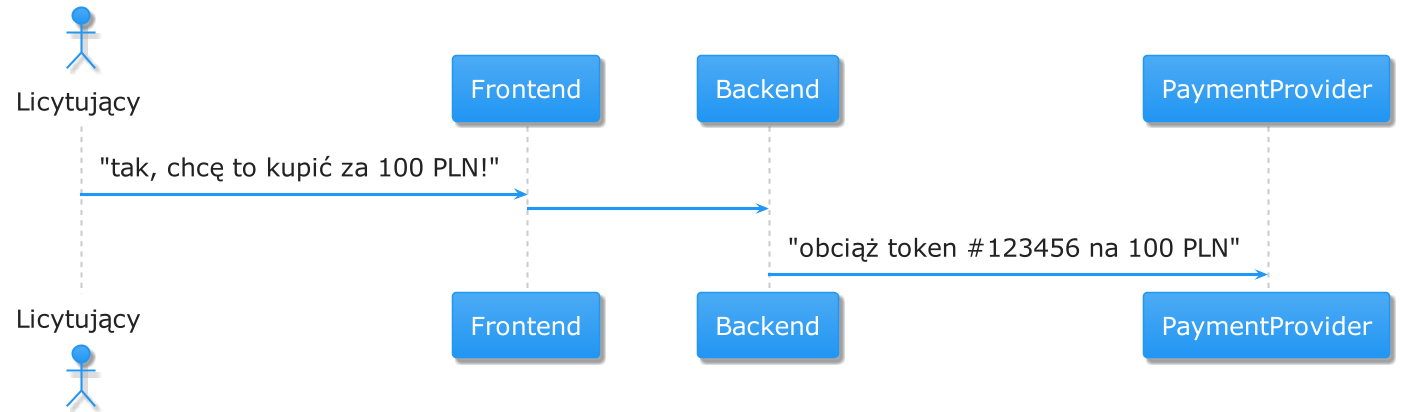
Above: diagrams/8_2_using_stored_token.png in Enforcer/implementing-the-clean-architecture (PlantUML), before the change. Source of this version:
```plantuml
@startuml
!include https://raw.githubusercontent.com/bschwarz/puml-themes/master/themes/materia/puml-theme-materia.puml
skinparam defaultFontSize 24

actor Licytujący as bidder
participant Frontend as frontend
participant Backend as backend
participant PaymentProvider as provider

bidder -> frontend: "tak, chcę to kupić za 100 PLN!"
frontend -> backend
backend -> provider: "obciąż token #123456 na 100 PLN"

@enduml
```
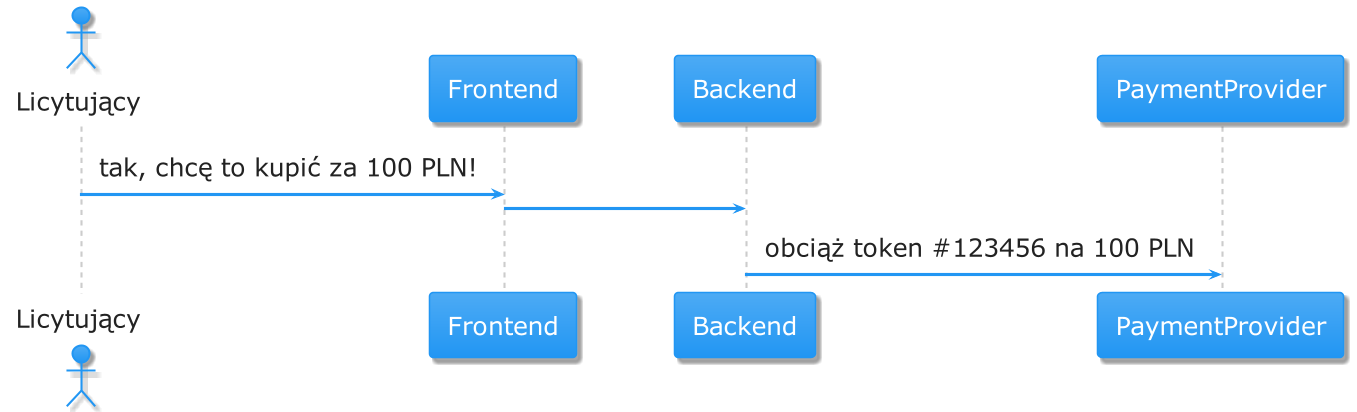
Above is the later version.

Diff of the diagram source:
```diff
@@ -7,8 +7,8 @@
 participant Backend as backend
 participant PaymentProvider as provider
 
-bidder -> frontend: "tak, chcę to kupić za 100 PLN!"
+bidder -> frontend: tak, chcę to kupić za 100 PLN!
 frontend -> backend
-backend -> provider: "obciąż token #123456 na 100 PLN"
+backend -> provider: obciąż token #123456 na 100 PLN
 
 @enduml
```
